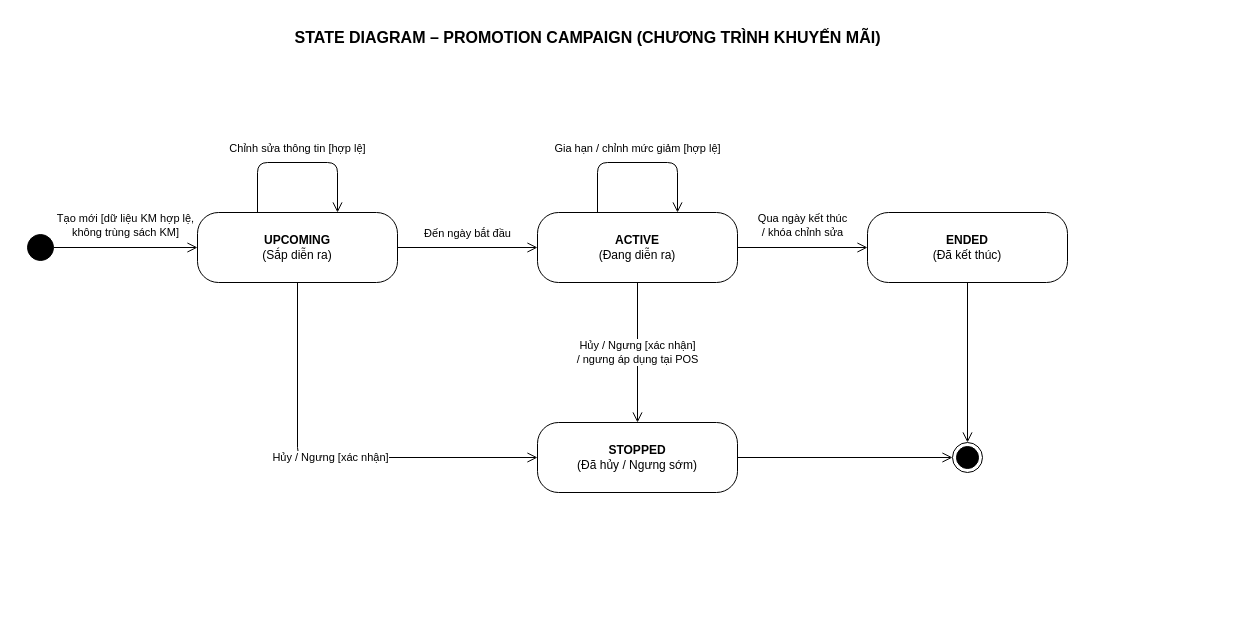
chihai9-dev/quan-ly-nha-sach-ooad keeps this draw.io diagram as docs/diagrams/State diagram/state-promotion-campaign.drawio. Above is the earlier version. Source tidied: cells renumbered, new cells numbered last; positions are measured from the earlier drawing's top-left corner, leaving out a move shared by most shapes. Both pictures are drawn from the tidied source at 100%, with x=0, y=0 at pixel (27, 22).
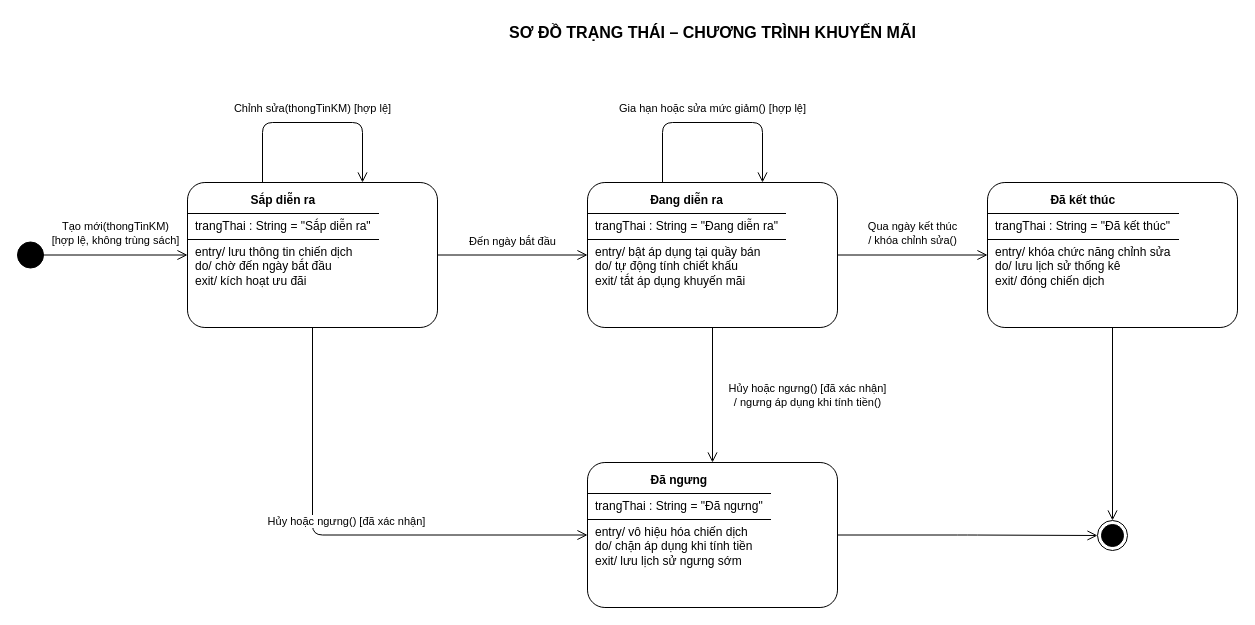
Above is the later version.

Diff of the diagram source:
```diff
@@
-    <mxCell id="2" value="&lt;b&gt;STATE DIAGRAM – PROMOTION CAMPAIGN (CHƯƠNG TRÌNH KHUYẾN MÃI)&lt;/b&gt;" style="text;html=1;align=center;verticalAlign=middle;fontSize=16;" parent="1" vertex="1">
-      <mxGeometry x="210" width="700" height="30" as="geometry" />
+    <mxCell id="2" value="&lt;b&gt;SƠ ĐỒ TRẠNG THÁI – CHƯƠNG TRÌNH KHUYẾN MÃI&lt;/b&gt;" style="text;html=1;align=center;verticalAlign=middle;fontSize=16;" parent="1" vertex="1">
+      <mxGeometry x="235" y="-5" width="900" height="30" as="geometry" />
     </mxCell>
     <mxCell id="3" style="ellipse;html=1;fillColor=#000000;strokeColor=#000000;" parent="1" vertex="1">
-      <mxGeometry y="212" width="26" height="26" as="geometry" />
+      <mxGeometry x="-10" y="219.5" width="26" height="26" as="geometry" />
     </mxCell>
-    <mxCell id="4" value="&lt;b&gt;UPCOMING&lt;/b&gt;&lt;br&gt;(Sắp diễn ra)" style="rounded=1;whiteSpace=wrap;html=1;arcSize=30;fillColor=#ffffff;strokeColor=#000000;" parent="1" vertex="1">
-      <mxGeometry x="170" y="190" width="200" height="70" as="geometry" />
+    <mxCell id="4" value="&lt;p style=&quot;margin:0;padding:6px 8px;text-align:center;&quot;&gt;&lt;b&gt;Sắp diễn ra&lt;/b&gt;&lt;/p&gt;&lt;hr style=&quot;border:0;border-top:1px solid #000000;margin:0;&quot;/&gt;&lt;p style=&quot;margin:0;padding:5px 8px;&quot;&gt;trangThai : String = &quot;Sắp diễn ra&quot;&lt;/p&gt;&lt;hr style=&quot;border:0;border-top:1px solid #000000;margin:0;&quot;/&gt;&lt;p style=&quot;margin:0;padding:5px 8px;&quot;&gt;entry/ lưu thông tin chiến dịch&lt;br/&gt;do/ chờ đến ngày bắt đầu&lt;br/&gt;exit/ kích hoạt ưu đãi&lt;/p&gt;" style="rounded=1;whiteSpace=wrap;html=1;arcSize=12;fillColor=#ffffff;strokeColor=#000000;align=left;verticalAlign=top;spacing=0;fontSize=12;" parent="1" vertex="1">
+      <mxGeometry x="160" y="160" width="250" height="145" as="geometry" />
     </mxCell>
-    <mxCell id="5" value="&lt;b&gt;ACTIVE&lt;/b&gt;&lt;br&gt;(Đang diễn ra)" style="rounded=1;whiteSpace=wrap;html=1;arcSize=30;fillColor=#ffffff;strokeColor=#000000;" parent="1" vertex="1">
-      <mxGeometry x="510" y="190" width="200" height="70" as="geometry" />
+    <mxCell id="5" value="&lt;p style=&quot;margin:0;padding:6px 8px;text-align:center;&quot;&gt;&lt;b&gt;Đang diễn ra&lt;/b&gt;&lt;/p&gt;&lt;hr style=&quot;border:0;border-top:1px solid #000000;margin:0;&quot;/&gt;&lt;p style=&quot;margin:0;padding:5px 8px;&quot;&gt;trangThai : String = &quot;Đang diễn ra&quot;&lt;/p&gt;&lt;hr style=&quot;border:0;border-top:1px solid #000000;margin:0;&quot;/&gt;&lt;p style=&quot;margin:0;padding:5px 8px;&quot;&gt;entry/ bật áp dụng tại quầy bán&lt;br/&gt;do/ tự động tính chiết khấu&lt;br/&gt;exit/ tắt áp dụng khuyến mãi&lt;/p&gt;" style="rounded=1;whiteSpace=wrap;html=1;arcSize=12;fillColor=#ffffff;strokeColor=#000000;align=left;verticalAlign=top;spacing=0;fontSize=12;" parent="1" vertex="1">
+      <mxGeometry x="560" y="160" width="250" height="145" as="geometry" />
     </mxCell>
-    <mxCell id="6" value="&lt;b&gt;ENDED&lt;/b&gt;&lt;br&gt;(Đã kết thúc)" style="rounded=1;whiteSpace=wrap;html=1;arcSize=30;fillColor=#ffffff;strokeColor=#000000;" parent="1" vertex="1">
-      <mxGeometry x="840" y="190" width="200" height="70" as="geometry" />
+    <mxCell id="6" value="&lt;p style=&quot;margin:0;padding:6px 8px;text-align:center;&quot;&gt;&lt;b&gt;Đã kết thúc&lt;/b&gt;&lt;/p&gt;&lt;hr style=&quot;border:0;border-top:1px solid #000000;margin:0;&quot;/&gt;&lt;p style=&quot;margin:0;padding:5px 8px;&quot;&gt;trangThai : String = &quot;Đã kết thúc&quot;&lt;/p&gt;&lt;hr style=&quot;border:0;border-top:1px solid #000000;margin:0;&quot;/&gt;&lt;p style=&quot;margin:0;padding:5px 8px;&quot;&gt;entry/ khóa chức năng chỉnh sửa&lt;br/&gt;do/ lưu lịch sử thống kê&lt;br/&gt;exit/ đóng chiến dịch&lt;/p&gt;" style="rounded=1;whiteSpace=wrap;html=1;arcSize=12;fillColor=#ffffff;strokeColor=#000000;align=left;verticalAlign=top;spacing=0;fontSize=12;" parent="1" vertex="1">
+      <mxGeometry x="960" y="160" width="250" height="145" as="geometry" />
     </mxCell>
-    <mxCell id="7" value="&lt;b&gt;STOPPED&lt;/b&gt;&lt;br&gt;(Đã hủy / Ngưng sớm)" style="rounded=1;whiteSpace=wrap;html=1;arcSize=30;fillColor=#ffffff;strokeColor=#000000;" parent="1" vertex="1">
-      <mxGeometry x="510" y="400" width="200" height="70" as="geometry" />
+    <mxCell id="7" value="&lt;p style=&quot;margin:0;padding:6px 8px;text-align:center;&quot;&gt;&lt;b&gt;Đã ngưng&lt;/b&gt;&lt;/p&gt;&lt;hr style=&quot;border:0;border-top:1px solid #000000;margin:0;&quot;/&gt;&lt;p style=&quot;margin:0;padding:5px 8px;&quot;&gt;trangThai : String = &quot;Đã ngưng&quot;&lt;/p&gt;&lt;hr style=&quot;border:0;border-top:1px solid #000000;margin:0;&quot;/&gt;&lt;p style=&quot;margin:0;padding:5px 8px;&quot;&gt;entry/ vô hiệu hóa chiến dịch&lt;br/&gt;do/ chặn áp dụng khi tính tiền&lt;br/&gt;exit/ lưu lịch sử ngưng sớm&lt;/p&gt;" style="rounded=1;whiteSpace=wrap;html=1;arcSize=12;fillColor=#ffffff;strokeColor=#000000;align=left;verticalAlign=top;spacing=0;fontSize=12;" parent="1" vertex="1">
+      <mxGeometry x="560" y="440" width="250" height="145" as="geometry" />
     </mxCell>
     <mxCell id="8" style="ellipse;html=1;shape=endState;fillColor=#000000;strokeColor=#000000;" parent="1" vertex="1">
-      <mxGeometry x="925" y="420" width="30" height="30" as="geometry" />
+      <mxGeometry x="1070" y="498" width="30" height="30" as="geometry" />
     </mxCell>
-    <mxCell id="9" value="Tạo mới [dữ liệu KM hợp lệ,&lt;br&gt;không trùng sách KM]" style="edgeStyle=orthogonalEdgeStyle;rounded=1;html=1;endArrow=open;endSize=8;fontSize=11;labelBackgroundColor=#ffffff;" parent="1" edge="1" source="3" target="4">
+    <mxCell id="9" value="Tạo mới(thongTinKM)&lt;br/&gt;[hợp lệ, không trùng sách]" style="edgeStyle=orthogonalEdgeStyle;rounded=1;html=1;endArrow=open;endSize=8;fontSize=11;strokeColor=#000000;labelBackgroundColor=#ffffff;" parent="1" edge="1" source="3" target="4">
       <mxGeometry relative="1" as="geometry">
         <mxPoint y="-22" as="offset" />
       </mxGeometry>
     </mxCell>
-    <mxCell id="10" value="Chỉnh sửa thông tin [hợp lệ]" style="edgeStyle=orthogonalEdgeStyle;rounded=1;html=1;endArrow=open;endSize=8;exitX=0.3;exitY=0;exitDx=0;exitDy=0;entryX=0.7;entryY=0;entryDx=0;entryDy=0;fontSize=11;labelBackgroundColor=#ffffff;" parent="1" edge="1" source="4" target="4">
+    <mxCell id="10" value="Chỉnh sửa(thongTinKM) [hợp lệ]" style="edgeStyle=orthogonalEdgeStyle;rounded=1;html=1;endArrow=open;endSize=8;fontSize=11;strokeColor=#000000;labelBackgroundColor=#ffffff;exitX=0.3;exitY=0;entryX=0.7;entryY=0;" parent="1" edge="1" source="4" target="4">
       <mxGeometry relative="1" as="geometry">
         <Array as="points">
-          <mxPoint x="230" y="140" />
-          <mxPoint x="310" y="140" />
+          <mxPoint x="235" y="100" />
+          <mxPoint x="335" y="100" />
         </Array>
         <mxPoint y="-14" as="offset" />
       </mxGeometry>
     </mxCell>
-    <mxCell id="11" value="Đến ngày bắt đầu" style="edgeStyle=orthogonalEdgeStyle;rounded=1;html=1;endArrow=open;endSize=8;fontSize=11;labelBackgroundColor=#ffffff;" parent="1" edge="1" source="4" target="5">
+    <mxCell id="11" value="Đến ngày bắt đầu" style="edgeStyle=orthogonalEdgeStyle;rounded=1;html=1;endArrow=open;endSize=8;fontSize=11;strokeColor=#000000;labelBackgroundColor=#ffffff;" parent="1" edge="1" source="4" target="5">
       <mxGeometry relative="1" as="geometry">
         <mxPoint y="-14" as="offset" />
       </mxGeometry>
     </mxCell>
-    <mxCell id="12" value="Gia hạn / chỉnh mức giảm [hợp lệ]" style="edgeStyle=orthogonalEdgeStyle;rounded=1;html=1;endArrow=open;endSize=8;exitX=0.3;exitY=0;exitDx=0;exitDy=0;entryX=0.7;entryY=0;entryDx=0;entryDy=0;fontSize=11;labelBackgroundColor=#ffffff;" parent="1" edge="1" source="5" target="5">
+    <mxCell id="12" value="Gia hạn hoặc sửa mức giảm() [hợp lệ]" style="edgeStyle=orthogonalEdgeStyle;rounded=1;html=1;endArrow=open;endSize=8;fontSize=11;strokeColor=#000000;labelBackgroundColor=#ffffff;exitX=0.3;exitY=0;entryX=0.7;entryY=0;" parent="1" edge="1" source="5" target="5">
       <mxGeometry relative="1" as="geometry">
         <Array as="points">
-          <mxPoint x="570" y="140" />
-          <mxPoint x="650" y="140" />
+          <mxPoint x="635" y="100" />
+          <mxPoint x="735" y="100" />
         </Array>
         <mxPoint y="-14" as="offset" />
       </mxGeometry>
     </mxCell>
-    <mxCell id="13" value="Qua ngày kết thúc&lt;br&gt;/ khóa chỉnh sửa" style="edgeStyle=orthogonalEdgeStyle;rounded=1;html=1;endArrow=open;endSize=8;fontSize=11;labelBackgroundColor=#ffffff;" parent="1" edge="1" source="5" target="6">
+    <mxCell id="13" value="Qua ngày kết thúc&lt;br/&gt;/ khóa chỉnh sửa()" style="edgeStyle=orthogonalEdgeStyle;rounded=1;html=1;endArrow=open;endSize=8;fontSize=11;strokeColor=#000000;labelBackgroundColor=#ffffff;" parent="1" edge="1" source="5" target="6">
       <mxGeometry relative="1" as="geometry">
         <mxPoint y="-22" as="offset" />
       </mxGeometry>
     </mxCell>
-    <mxCell id="14" value="Hủy / Ngưng [xác nhận]" style="edgeStyle=orthogonalEdgeStyle;rounded=1;html=1;endArrow=open;endSize=8;exitX=0.5;exitY=1;exitDx=0;exitDy=0;entryX=0;entryY=0.5;entryDx=0;entryDy=0;fontSize=11;labelBackgroundColor=#ffffff;" parent="1" edge="1" source="4" target="7">
+    <mxCell id="14" value="Hủy hoặc ngưng() [đã xác nhận]" style="edgeStyle=orthogonalEdgeStyle;rounded=1;html=1;endArrow=open;endSize=8;fontSize=11;strokeColor=#000000;labelBackgroundColor=#ffffff;exitX=0.5;exitY=1;entryX=0;entryY=0.5;" parent="1" edge="1" source="4" target="7">
       <mxGeometry relative="1" as="geometry">
         <Array as="points">
-          <mxPoint x="270" y="435" />
+          <mxPoint x="285" y="512" />
         </Array>
+        <mxPoint y="-14" as="offset" />
       </mxGeometry>
     </mxCell>
-    <mxCell id="15" value="Hủy / Ngưng [xác nhận]&lt;br&gt;/ ngưng áp dụng tại POS" style="edgeStyle=orthogonalEdgeStyle;rounded=1;html=1;endArrow=open;endSize=8;fontSize=11;labelBackgroundColor=#ffffff;" parent="1" edge="1" source="5" target="7">
-      <mxGeometry relative="1" as="geometry" />
+    <mxCell id="15" value="Hủy hoặc ngưng() [đã xác nhận]&lt;br/&gt;/ ngưng áp dụng khi tính tiền()" style="edgeStyle=orthogonalEdgeStyle;rounded=1;html=1;endArrow=open;endSize=8;fontSize=11;strokeColor=#000000;labelBackgroundColor=#ffffff;" parent="1" edge="1" source="5" target="7">
+      <mxGeometry relative="1" as="geometry">
+        <mxPoint x="95" as="offset" />
+      </mxGeometry>
     </mxCell>
-    <mxCell id="16" style="edgeStyle=orthogonalEdgeStyle;rounded=1;html=1;endArrow=open;endSize=8;" parent="1" edge="1" source="6" target="8">
+    <mxCell id="16" style="edgeStyle=orthogonalEdgeStyle;rounded=1;html=1;endArrow=open;endSize=8;fontSize=11;strokeColor=#000000;labelBackgroundColor=#ffffff;" parent="1" edge="1" source="6" target="8">
       <mxGeometry relative="1" as="geometry" />
     </mxCell>
-    <mxCell id="17" style="edgeStyle=orthogonalEdgeStyle;rounded=1;html=1;endArrow=open;endSize=8;" parent="1" edge="1" source="7" target="8">
+    <mxCell id="17" style="edgeStyle=orthogonalEdgeStyle;rounded=1;html=1;endArrow=open;endSize=8;fontSize=11;strokeColor=#000000;labelBackgroundColor=#ffffff;" parent="1" edge="1" source="7" target="8">
       <mxGeometry relative="1" as="geometry" />
     </mxCell>
```
